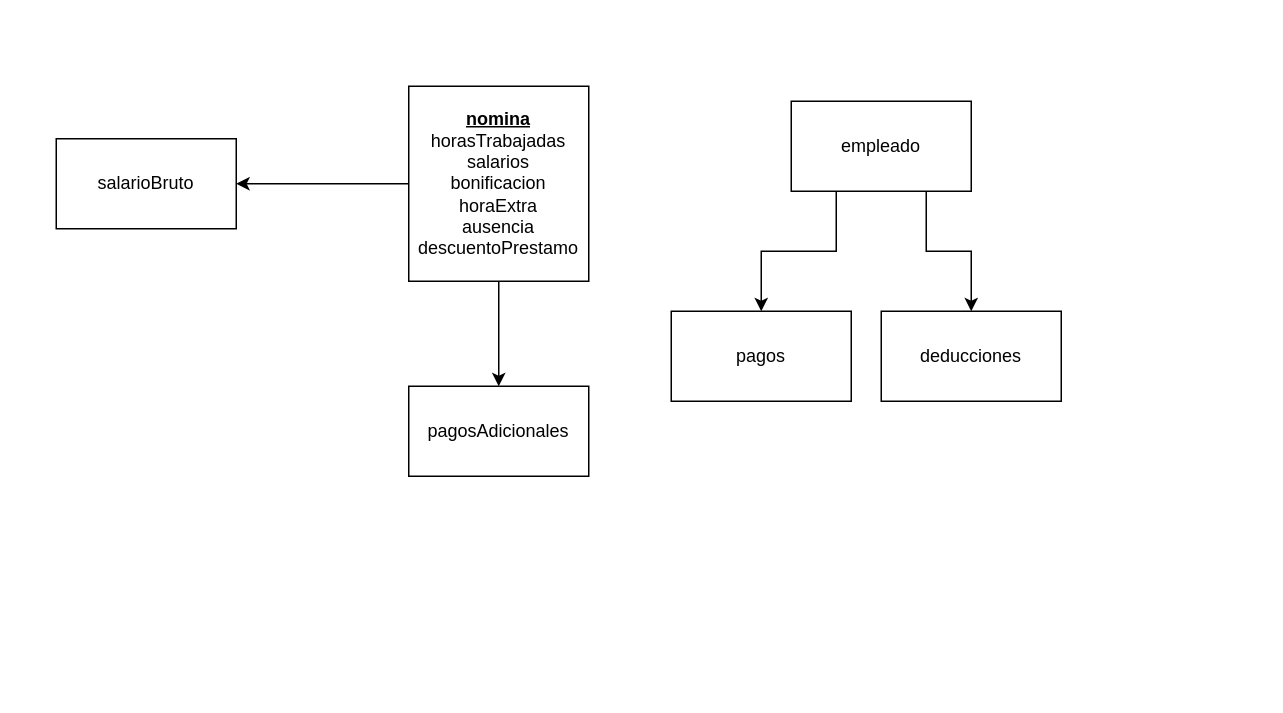
andrescardo98/ed keeps this draw.io diagram as EmpresaConfeccion.drawio. Above is the earlier version. Source tidied: cells renumbered, new cells numbered last; positions are measured from the earlier drawing's top-left corner, leaving out a move shared by most shapes. Both pictures are drawn from the tidied source at 150%, with x=0, y=0 at pixel (56, 86).
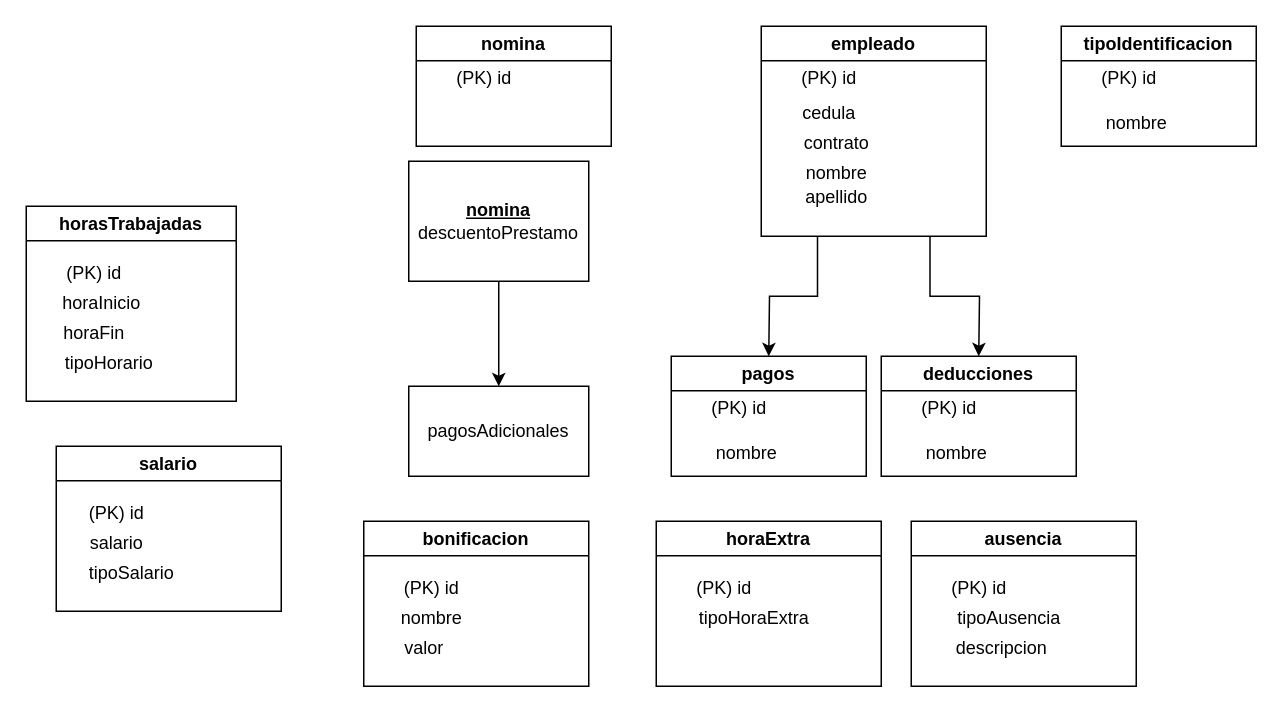
The same page after the edit.

Diff of the diagram source:
```diff
@@
-    <mxCell id="2" style="edgeStyle=orthogonalEdgeStyle;rounded=0;jettySize=auto;html=1;exitX=0;exitY=0.5;exitDx=0;exitDy=0;entryX=1;entryY=0.5;entryDx=0;entryDy=0;" parent="1" edge="1" source="4" target="11">
-      <mxGeometry relative="1" as="geometry" />
-    </mxCell>
@@
-    <mxCell id="4" value="&lt;b&gt;&lt;u&gt;nomina&lt;/u&gt;&lt;/b&gt;&lt;br&gt;horasTrabajadas&lt;br&gt;salarios&lt;br&gt;bonificacion&lt;br&gt;horaExtra&lt;br&gt;ausencia&lt;br&gt;descuentoPrestamo" style="rounded=0;whiteSpace=wrap;html=1;" parent="1" vertex="1">
-      <mxGeometry x="235" width="120" height="130" as="geometry" />
+    <mxCell id="4" value="&lt;b&gt;&lt;u&gt;nomina&lt;/u&gt;&lt;/b&gt;&lt;br&gt;descuentoPrestamo" style="rounded=0;whiteSpace=wrap;html=1;" parent="1" vertex="1">
+      <mxGeometry x="235" y="50" width="120" height="80" as="geometry" />
     </mxCell>
-    <mxCell id="5" style="edgeStyle=orthogonalEdgeStyle;rounded=0;jettySize=auto;html=1;exitX=0.25;exitY=1;exitDx=0;exitDy=0;entryX=0.5;entryY=0;entryDx=0;entryDy=0;" parent="1" edge="1" source="7" target="8">
-      <mxGeometry relative="1" as="geometry" />
+    <mxCell id="5" style="edgeStyle=orthogonalEdgeStyle;rounded=0;jettySize=auto;html=1;exitX=0.25;exitY=1;exitDx=0;exitDy=0;entryX=0.5;entryY=0;entryDx=0;entryDy=0;" parent="1" edge="1" source="7">
+      <mxGeometry relative="1" as="geometry">
+        <mxPoint x="475" y="180" as="targetPoint" />
+      </mxGeometry>
     </mxCell>
-    <mxCell id="6" style="edgeStyle=orthogonalEdgeStyle;rounded=0;jettySize=auto;html=1;exitX=0.75;exitY=1;exitDx=0;exitDy=0;entryX=0.5;entryY=0;entryDx=0;entryDy=0;" parent="1" edge="1" source="7" target="9">
-      <mxGeometry relative="1" as="geometry" />
+    <mxCell id="6" style="edgeStyle=orthogonalEdgeStyle;rounded=0;jettySize=auto;html=1;entryX=0.5;entryY=0;entryDx=0;entryDy=0;exitX=0.75;exitY=1;exitDx=0;exitDy=0;" parent="1" edge="1" source="7">
+      <mxGeometry relative="1" as="geometry">
+        <mxPoint x="615" y="180" as="targetPoint" />
+      </mxGeometry>
     </mxCell>
+    <mxCell id="10" value="pagosAdicionales" style="rounded=0;whiteSpace=wrap;html=1;" parent="1" vertex="1">
+      <mxGeometry x="235" y="200" width="120" height="60" as="geometry" />
+    </mxCell>
+    <mxCell id="12" value="horasTrabajadas" style="swimlane;whiteSpace=wrap;html=1;" parent="1" vertex="1">
+      <mxGeometry x="-20" y="80" width="140" height="130" as="geometry" />
+    </mxCell>
+    <mxCell id="13" value="(PK) id" style="text;html=1;align=center;verticalAlign=middle;strokeColor=none;fillColor=none;" parent="12" vertex="1">
+      <mxGeometry x="15" y="30" width="60" height="30" as="geometry" />
+    </mxCell>
+    <mxCell id="14" value="tipoHorario" style="text;html=1;align=center;verticalAlign=middle;strokeColor=none;fillColor=none;" parent="12" vertex="1">
+      <mxGeometry x="15" y="90" width="80" height="30" as="geometry" />
+    </mxCell>
+    <mxCell id="15" value="horaInicio" style="text;html=1;align=center;verticalAlign=middle;strokeColor=none;fillColor=none;" parent="12" vertex="1">
+      <mxGeometry x="10" y="50" width="80" height="30" as="geometry" />
+    </mxCell>
+    <mxCell id="16" value="horaFin" style="text;html=1;align=center;verticalAlign=middle;strokeColor=none;fillColor=none;" parent="12" vertex="1">
+      <mxGeometry x="15" y="70" width="60" height="30" as="geometry" />
+    </mxCell>
+    <mxCell id="17" value="salario" style="swimlane;whiteSpace=wrap;html=1;" parent="1" vertex="1">
+      <mxGeometry y="240" width="150" height="110" as="geometry" />
+    </mxCell>
+    <mxCell id="18" value="salario" style="text;html=1;align=center;verticalAlign=middle;strokeColor=none;fillColor=none;" parent="17" vertex="1">
+      <mxGeometry x="10" y="50" width="60" height="30" as="geometry" />
+    </mxCell>
+    <mxCell id="19" value="(PK) id" style="text;html=1;align=center;verticalAlign=middle;strokeColor=none;fillColor=none;" parent="17" vertex="1">
+      <mxGeometry x="10" y="30" width="60" height="30" as="geometry" />
+    </mxCell>
+    <mxCell id="20" value="tipoSalario" style="text;html=1;align=center;verticalAlign=middle;strokeColor=none;fillColor=none;" parent="17" vertex="1">
+      <mxGeometry x="10" y="70" width="80" height="30" as="geometry" />
+    </mxCell>
+    <mxCell id="21" value="bonificacion" style="swimlane;whiteSpace=wrap;html=1;startSize=23;" parent="1" vertex="1">
+      <mxGeometry x="205" y="290" width="150" height="110" as="geometry" />
+    </mxCell>
+    <mxCell id="22" value="nombre" style="text;html=1;align=center;verticalAlign=middle;strokeColor=none;fillColor=none;" parent="21" vertex="1">
+      <mxGeometry x="15" y="50" width="60" height="30" as="geometry" />
+    </mxCell>
+    <mxCell id="23" value="(PK) id" style="text;html=1;align=center;verticalAlign=middle;strokeColor=none;fillColor=none;" parent="21" vertex="1">
+      <mxGeometry x="15" y="30" width="60" height="30" as="geometry" />
+    </mxCell>
+    <mxCell id="24" value="valor" style="text;html=1;align=center;verticalAlign=middle;strokeColor=none;fillColor=none;" parent="21" vertex="1">
+      <mxGeometry x="15" y="70" width="50" height="30" as="geometry" />
+    </mxCell>
+    <mxCell id="25" value="horaExtra" style="swimlane;whiteSpace=wrap;html=1;startSize=23;" parent="1" vertex="1">
+      <mxGeometry x="400" y="290" width="150" height="110" as="geometry" />
+    </mxCell>
+    <mxCell id="26" value="tipoHoraExtra" style="text;html=1;align=center;verticalAlign=middle;strokeColor=none;fillColor=none;" parent="25" vertex="1">
+      <mxGeometry x="15" y="50" width="100" height="30" as="geometry" />
+    </mxCell>
+    <mxCell id="27" value="(PK) id" style="text;html=1;align=center;verticalAlign=middle;strokeColor=none;fillColor=none;" parent="25" vertex="1">
+      <mxGeometry x="15" y="30" width="60" height="30" as="geometry" />
+    </mxCell>
-    <mxCell id="7" value="empleado" style="rounded=0;whiteSpace=wrap;html=1;" parent="1" vertex="1">
-      <mxGeometry x="490" y="10" width="120" height="60" as="geometry" />
+    <mxCell id="7" value="empleado" style="swimlane;whiteSpace=wrap;html=1;startSize=23;" parent="1" vertex="1">
+      <mxGeometry x="470" y="-40" width="150" height="140" as="geometry" />
     </mxCell>
+    <mxCell id="28" value="contrato" style="text;html=1;align=center;verticalAlign=middle;strokeColor=none;fillColor=none;" parent="7" vertex="1">
+      <mxGeometry x="15" y="63" width="70" height="30" as="geometry" />
+    </mxCell>
+    <mxCell id="29" value="(PK) id" style="text;html=1;align=center;verticalAlign=middle;strokeColor=none;fillColor=none;" parent="7" vertex="1">
+      <mxGeometry x="15" y="20" width="60" height="30" as="geometry" />
+    </mxCell>
+    <mxCell id="30" value="nombre" style="text;html=1;align=center;verticalAlign=middle;strokeColor=none;fillColor=none;" parent="7" vertex="1">
+      <mxGeometry x="20" y="83" width="60" height="30" as="geometry" />
+    </mxCell>
+    <mxCell id="31" value="cedula" style="text;html=1;align=center;verticalAlign=middle;strokeColor=none;fillColor=none;" parent="1" vertex="1">
+      <mxGeometry x="485" y="3" width="60" height="30" as="geometry" />
+    </mxCell>
+    <mxCell id="32" value="apellido" style="text;html=1;align=center;verticalAlign=middle;strokeColor=none;fillColor=none;" parent="1" vertex="1">
+      <mxGeometry x="490" y="59" width="60" height="30" as="geometry" />
+    </mxCell>
+    <mxCell id="33" value="tipoIdentificacion" style="swimlane;whiteSpace=wrap;html=1;startSize=23;" parent="1" vertex="1">
+      <mxGeometry x="670" y="-40" width="130" height="80" as="geometry" />
+    </mxCell>
+    <mxCell id="34" value="(PK) id" style="text;html=1;align=center;verticalAlign=middle;strokeColor=none;fillColor=none;" parent="33" vertex="1">
+      <mxGeometry x="15" y="20" width="60" height="30" as="geometry" />
+    </mxCell>
+    <mxCell id="35" value="nombre" style="text;html=1;align=center;verticalAlign=middle;strokeColor=none;fillColor=none;" parent="33" vertex="1">
+      <mxGeometry x="20" y="50" width="60" height="30" as="geometry" />
+    </mxCell>
-    <mxCell id="8" value="pagos" style="rounded=0;whiteSpace=wrap;html=1;" parent="1" vertex="1">
-      <mxGeometry x="410" y="150" width="120" height="60" as="geometry" />
+    <mxCell id="8" value="pagos" style="swimlane;whiteSpace=wrap;html=1;startSize=23;" parent="1" vertex="1">
+      <mxGeometry x="410" y="180" width="130" height="80" as="geometry" />
     </mxCell>
+    <mxCell id="36" value="(PK) id" style="text;html=1;align=center;verticalAlign=middle;strokeColor=none;fillColor=none;" parent="8" vertex="1">
+      <mxGeometry x="15" y="20" width="60" height="30" as="geometry" />
+    </mxCell>
+    <mxCell id="37" value="nombre" style="text;html=1;align=center;verticalAlign=middle;strokeColor=none;fillColor=none;" parent="8" vertex="1">
+      <mxGeometry x="20" y="50" width="60" height="30" as="geometry" />
+    </mxCell>
-    <mxCell id="9" value="deducciones" style="rounded=0;whiteSpace=wrap;html=1;" parent="1" vertex="1">
-      <mxGeometry x="550" y="150" width="120" height="60" as="geometry" />
+    <mxCell id="9" value="deducciones" style="swimlane;whiteSpace=wrap;html=1;startSize=23;" parent="1" vertex="1">
+      <mxGeometry x="550" y="180" width="130" height="80" as="geometry" />
     </mxCell>
-    <mxCell id="10" value="pagosAdicionales" style="rounded=0;whiteSpace=wrap;html=1;" parent="1" vertex="1">
-      <mxGeometry x="235" y="200" width="120" height="60" as="geometry" />
-    </mxCell>
-    <mxCell id="11" value="salarioBruto" style="rounded=0;whiteSpace=wrap;html=1;" parent="1" vertex="1">
-      <mxGeometry y="35" width="120" height="60" as="geometry" />
-    </mxCell>
+    <mxCell id="38" value="(PK) id" style="text;html=1;align=center;verticalAlign=middle;strokeColor=none;fillColor=none;" parent="9" vertex="1">
+      <mxGeometry x="15" y="20" width="60" height="30" as="geometry" />
+    </mxCell>
+    <mxCell id="39" value="nombre" style="text;html=1;align=center;verticalAlign=middle;strokeColor=none;fillColor=none;" parent="9" vertex="1">
+      <mxGeometry x="20" y="50" width="60" height="30" as="geometry" />
+    </mxCell>
+    <mxCell id="40" value="nomina" style="swimlane;whiteSpace=wrap;html=1;startSize=23;" parent="1" vertex="1">
+      <mxGeometry x="240" y="-40" width="130" height="80" as="geometry" />
+    </mxCell>
+    <mxCell id="41" value="(PK) id" style="text;html=1;align=center;verticalAlign=middle;strokeColor=none;fillColor=none;" parent="40" vertex="1">
+      <mxGeometry x="15" y="20" width="60" height="30" as="geometry" />
+    </mxCell>
+    <mxCell id="42" value="ausencia" style="swimlane;whiteSpace=wrap;html=1;startSize=23;" parent="1" vertex="1">
+      <mxGeometry x="570" y="290" width="150" height="110" as="geometry" />
+    </mxCell>
+    <mxCell id="43" value="tipoAusencia" style="text;html=1;align=center;verticalAlign=middle;strokeColor=none;fillColor=none;" parent="42" vertex="1">
+      <mxGeometry x="20" y="50" width="90" height="30" as="geometry" />
+    </mxCell>
+    <mxCell id="44" value="(PK) id" style="text;html=1;align=center;verticalAlign=middle;strokeColor=none;fillColor=none;" parent="42" vertex="1">
+      <mxGeometry x="15" y="30" width="60" height="30" as="geometry" />
+    </mxCell>
+    <mxCell id="45" value="descripcion" style="text;html=1;align=center;verticalAlign=middle;strokeColor=none;fillColor=none;" parent="42" vertex="1">
+      <mxGeometry x="20" y="70" width="80" height="30" as="geometry" />
+    </mxCell>
```
